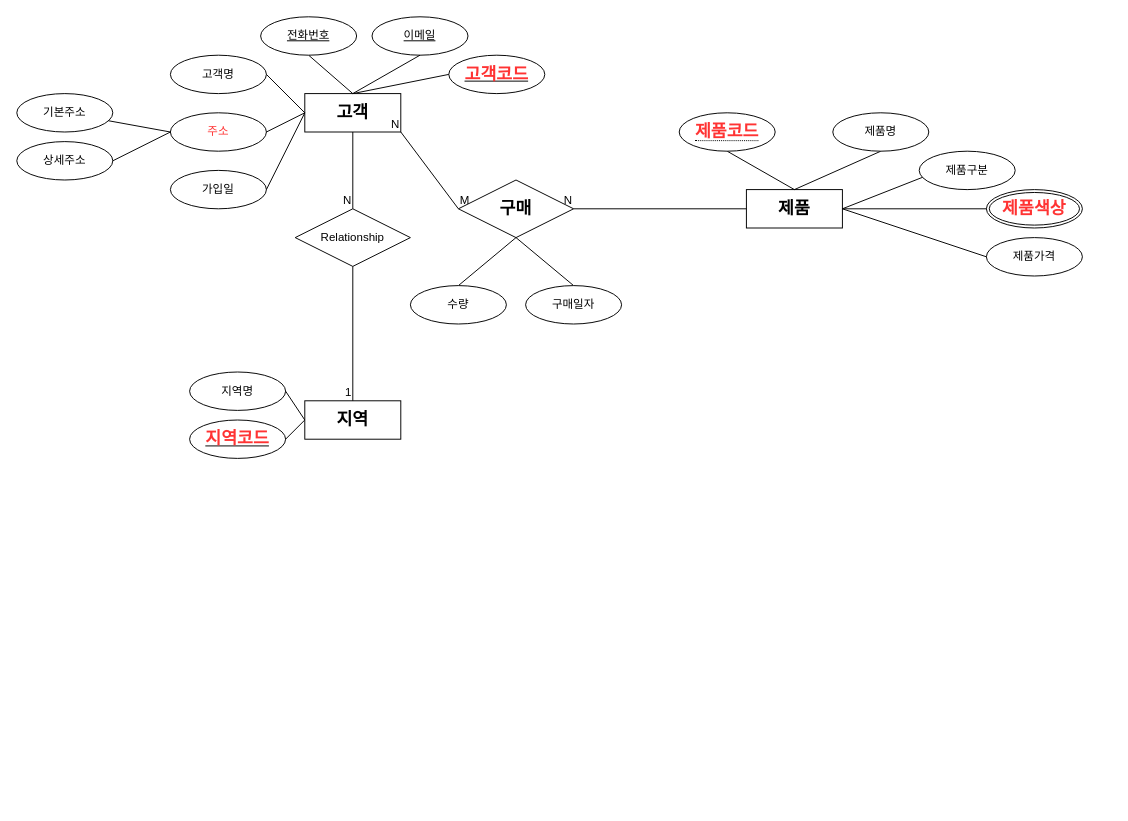
The draw.io diagram 제목 없는 다이어그램.drawio in eric5621/jubilant-couscous, before the edit. Source tidied: cells renumbered, new cells numbered last; positions are measured from the earlier drawing's top-left corner, leaving out a move shared by most shapes. Both pictures are drawn from the tidied source at 96%, with x=0, y=0 at pixel (16, 16).
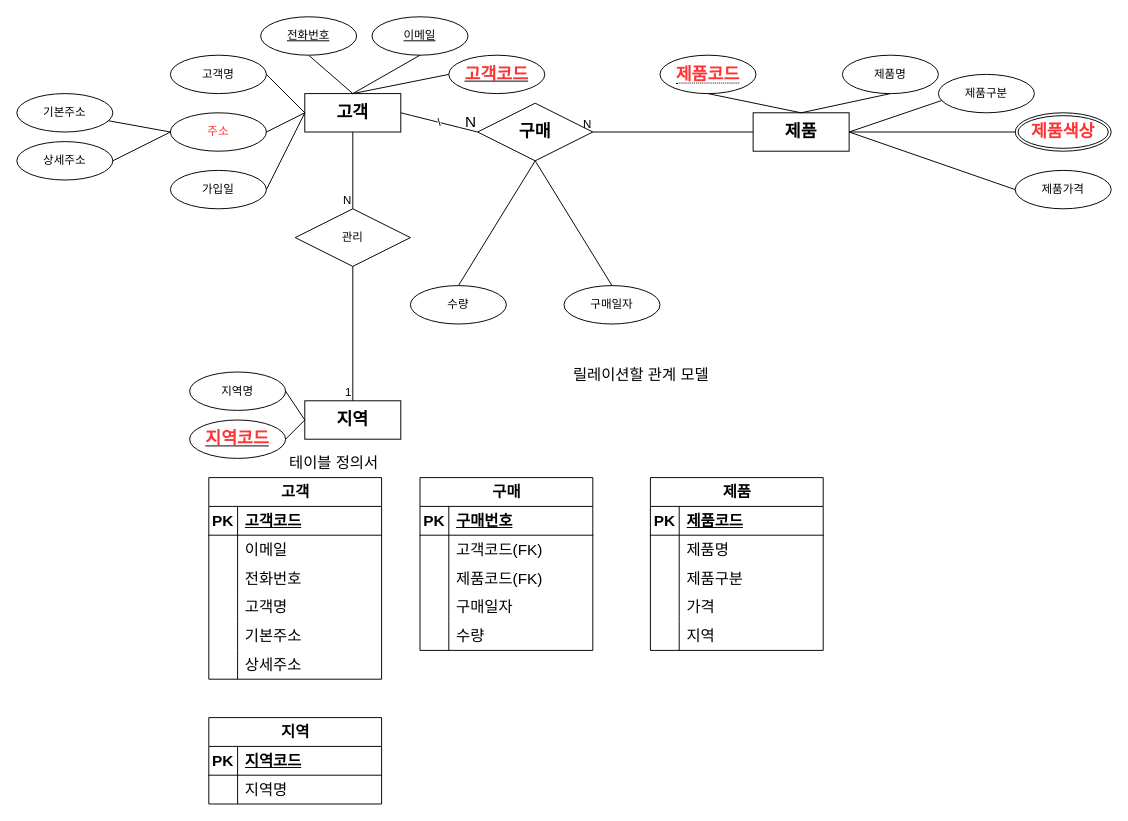
The same page after the edit.

Commit message:
제목 없는 다이어그램.drawio 업데이트

Unchanged cells that the change refers to:
```xml
<mxCell id="2" value="&lt;font style=&quot;font-size: 18px;&quot;&gt;&lt;b&gt;고객&lt;/b&gt;&lt;/font&gt;" style="whiteSpace=wrap;html=1;align=center;" parent="1" vertex="1">
  <mxGeometry x="300" y="80" width="100" height="40" as="geometry" />
</mxCell>
```

What changed in the source:
```diff
@@
     <mxCell id="22" value="&lt;font style=&quot;font-size: 18px;&quot;&gt;&lt;b&gt;제품&lt;/b&gt;&lt;/font&gt;" style="whiteSpace=wrap;html=1;align=center;" parent="1" vertex="1">
-      <mxGeometry x="760" y="180" width="100" height="40" as="geometry" />
+      <mxGeometry x="767" y="100" width="100" height="40" as="geometry" />
     </mxCell>
@@
     <mxCell id="25" value="제품명" style="ellipse;whiteSpace=wrap;html=1;align=center;" parent="1" vertex="1">
-      <mxGeometry x="850" y="100" width="100" height="40" as="geometry" />
+      <mxGeometry x="860" y="40" width="100" height="40" as="geometry" />
     </mxCell>
@@
     <mxCell id="27" value="제품구분" style="ellipse;whiteSpace=wrap;html=1;align=center;" parent="1" vertex="1">
-      <mxGeometry x="940" y="140" width="100" height="40" as="geometry" />
+      <mxGeometry x="960" y="60" width="100" height="40" as="geometry" />
     </mxCell>
     <mxCell id="28" value="&lt;font color=&quot;#ff3333&quot; style=&quot;font-size: 18px;&quot;&gt;&lt;b&gt;제품색상&lt;/b&gt;&lt;/font&gt;" style="ellipse;shape=doubleEllipse;margin=3;whiteSpace=wrap;html=1;align=center;" parent="1" vertex="1">
-      <mxGeometry x="1010" y="180" width="100" height="40" as="geometry" />
+      <mxGeometry x="1040" y="100" width="100" height="40" as="geometry" />
     </mxCell>
@@
     <mxCell id="31" value="제품가격" style="ellipse;whiteSpace=wrap;html=1;align=center;" parent="1" vertex="1">
-      <mxGeometry x="1010" y="230" width="100" height="40" as="geometry" />
+      <mxGeometry x="1040" y="160" width="100" height="40" as="geometry" />
     </mxCell>
@@
-    <mxCell id="36" value="Relationship" style="shape=rhombus;perimeter=rhombusPerimeter;whiteSpace=wrap;html=1;align=center;" parent="1" vertex="1">
+    <mxCell id="36" value="관리" style="shape=rhombus;perimeter=rhombusPerimeter;whiteSpace=wrap;html=1;align=center;" parent="1" vertex="1">
       <mxGeometry x="290" y="200" width="120" height="60" as="geometry" />
     </mxCell>
@@
     <mxCell id="39" value="&lt;font style=&quot;font-size: 18px;&quot;&gt;&lt;b&gt;구매&lt;/b&gt;&lt;/font&gt;" style="shape=rhombus;perimeter=rhombusPerimeter;whiteSpace=wrap;html=1;align=center;" parent="1" vertex="1">
-      <mxGeometry x="460" y="170" width="120" height="60" as="geometry" />
+      <mxGeometry x="480" y="90" width="120" height="60" as="geometry" />
     </mxCell>
-    <mxCell id="40" style="endArrow=none;html=1;rounded=0;entryX=1;entryY=1;entryDx=0;entryDy=0;exitX=0;exitY=0.5;exitDx=0;exitDy=0;" parent="1" edge="1" source="39" target="2">
-      <mxGeometry relative="1" as="geometry" />
-    </mxCell>
-    <mxCell id="41" value="M" style="html=1;whiteSpace=wrap;align=left;verticalAlign=bottom;" parent="40" vertex="1">
-      <mxGeometry x="-1" relative="1" as="geometry" />
-    </mxCell>
-    <mxCell id="42" value="N" style="html=1;whiteSpace=wrap;align=right;verticalAlign=bottom;" parent="40" vertex="1">
-      <mxGeometry x="1" relative="1" as="geometry" />
-    </mxCell>
@@
-    <mxCell id="45" style="endArrow=none;html=1;rounded=0;" parent="1" edge="1">
-      <mxGeometry relative="1" as="geometry">
-        <mxPoint x="520" y="230" as="sourcePoint" />
-        <mxPoint x="580" y="280" as="targetPoint" />
-      </mxGeometry>
+    <mxCell id="45" style="endArrow=none;html=1;rounded=0;exitX=0.5;exitY=1;exitDx=0;exitDy=0;entryX=0.5;entryY=0;entryDx=0;entryDy=0;" parent="1" edge="1" source="39" target="46">
+      <mxGeometry relative="1" as="geometry" />
     </mxCell>
     <mxCell id="46" value="구매일자" style="ellipse;whiteSpace=wrap;html=1;align=center;" parent="1" vertex="1">
-      <mxGeometry x="530" y="280" width="100" height="40" as="geometry" />
+      <mxGeometry x="570" y="280" width="100" height="40" as="geometry" />
     </mxCell>
@@
     <mxCell id="49" value="&lt;span style=&quot;border-bottom: 1px dotted&quot;&gt;&lt;font color=&quot;#ff3333&quot; style=&quot;font-size: 18px;&quot;&gt;&lt;b&gt;제품코드&lt;/b&gt;&lt;/font&gt;&lt;/span&gt;" style="ellipse;whiteSpace=wrap;html=1;align=center;" parent="1" vertex="1">
-      <mxGeometry x="690" y="100" width="100" height="40" as="geometry" />
+      <mxGeometry x="670" y="40" width="100" height="40" as="geometry" />
     </mxCell>
+    <mxCell id="50" value="고객" style="shape=table;startSize=30;childLayout=tableLayout;rowLines=0;fontStyle=1;align=center;html=1;fontSize=16;" parent="1" vertex="1">
+      <mxGeometry x="200" y="480" width="180" height="210" as="geometry" />
+    </mxCell>
+    <mxCell id="51" style="shape=tableRow;horizontal=0;startSize=0;swimlaneHead=0;swimlaneBody=0;fillColor=none;top=0;left=0;right=0;bottom=1;fontSize=16;" parent="50" vertex="1">
+      <mxGeometry y="30" width="180" height="30" as="geometry" />
+    </mxCell>
+    <mxCell id="52" value="PK" style="shape=partialRectangle;fillColor=none;top=0;left=0;bottom=0;right=0;fontStyle=1;overflow=hidden;whiteSpace=wrap;html=1;fontSize=16;" parent="51" vertex="1">
+      <mxGeometry width="30" height="30" as="geometry" />
+    </mxCell>
+    <mxCell id="53" value="고객코드" style="shape=partialRectangle;fillColor=none;top=0;left=0;bottom=0;right=0;align=left;spacingLeft=6;fontStyle=5;overflow=hidden;whiteSpace=wrap;html=1;fontSize=16;" parent="51" vertex="1">
+      <mxGeometry x="30" width="150" height="30" as="geometry" />
+    </mxCell>
+    <mxCell id="54" style="shape=tableRow;horizontal=0;startSize=0;swimlaneHead=0;swimlaneBody=0;fillColor=none;top=0;left=0;right=0;bottom=0;fontSize=16;" parent="50" vertex="1">
+      <mxGeometry y="60" width="180" height="30" as="geometry" />
+    </mxCell>
+    <mxCell id="55" style="shape=partialRectangle;fillColor=none;top=0;left=0;bottom=0;right=0;overflow=hidden;whiteSpace=wrap;html=1;fontSize=16;" parent="54" vertex="1">
+      <mxGeometry width="30" height="30" as="geometry" />
+    </mxCell>
+    <mxCell id="56" value="이메일" style="shape=partialRectangle;fillColor=none;top=0;left=0;bottom=0;right=0;align=left;spacingLeft=6;overflow=hidden;whiteSpace=wrap;html=1;fontSize=16;" parent="54" vertex="1">
+      <mxGeometry x="30" width="150" height="30" as="geometry" />
+    </mxCell>
+    <mxCell id="57" style="shape=tableRow;horizontal=0;startSize=0;swimlaneHead=0;swimlaneBody=0;fillColor=none;top=0;left=0;right=0;bottom=0;fontSize=16;" parent="50" vertex="1">
+      <mxGeometry y="90" width="180" height="30" as="geometry" />
+    </mxCell>
+    <mxCell id="58" style="shape=partialRectangle;fillColor=none;top=0;left=0;bottom=0;right=0;overflow=hidden;whiteSpace=wrap;html=1;fontSize=16;" parent="57" vertex="1">
+      <mxGeometry width="30" height="30" as="geometry" />
+    </mxCell>
+    <mxCell id="59" value="전화번호" style="shape=partialRectangle;fillColor=none;top=0;left=0;bottom=0;right=0;align=left;spacingLeft=6;overflow=hidden;whiteSpace=wrap;html=1;fontSize=16;" parent="57" vertex="1">
+      <mxGeometry x="30" width="150" height="30" as="geometry" />
+    </mxCell>
+    <mxCell id="60" style="shape=tableRow;horizontal=0;startSize=0;swimlaneHead=0;swimlaneBody=0;fillColor=none;top=0;left=0;right=0;bottom=0;fontSize=16;" parent="50" vertex="1">
+      <mxGeometry y="120" width="180" height="30" as="geometry" />
+    </mxCell>
+    <mxCell id="61" style="shape=partialRectangle;fillColor=none;top=0;left=0;bottom=0;right=0;overflow=hidden;whiteSpace=wrap;html=1;fontSize=16;" parent="60" vertex="1">
+      <mxGeometry width="30" height="30" as="geometry" />
+    </mxCell>
+    <mxCell id="62" value="고객명" style="shape=partialRectangle;fillColor=none;top=0;left=0;bottom=0;right=0;align=left;spacingLeft=6;overflow=hidden;whiteSpace=wrap;html=1;fontSize=16;" parent="60" vertex="1">
+      <mxGeometry x="30" width="150" height="30" as="geometry" />
+    </mxCell>
+    <mxCell id="63" style="shape=tableRow;horizontal=0;startSize=0;swimlaneHead=0;swimlaneBody=0;fillColor=none;top=0;left=0;right=0;bottom=0;fontSize=16;" parent="50" vertex="1">
+      <mxGeometry y="150" width="180" height="30" as="geometry" />
+    </mxCell>
+    <mxCell id="64" style="shape=partialRectangle;fillColor=none;top=0;left=0;bottom=0;right=0;overflow=hidden;whiteSpace=wrap;html=1;fontSize=16;" parent="63" vertex="1">
+      <mxGeometry width="30" height="30" as="geometry" />
+    </mxCell>
+    <mxCell id="65" value="기본주소" style="shape=partialRectangle;fillColor=none;top=0;left=0;bottom=0;right=0;align=left;spacingLeft=6;overflow=hidden;whiteSpace=wrap;html=1;fontSize=16;" parent="63" vertex="1">
+      <mxGeometry x="30" width="150" height="30" as="geometry" />
+    </mxCell>
+    <mxCell id="66" style="shape=tableRow;horizontal=0;startSize=0;swimlaneHead=0;swimlaneBody=0;fillColor=none;top=0;left=0;right=0;bottom=0;fontSize=16;" parent="50" vertex="1">
+      <mxGeometry y="180" width="180" height="30" as="geometry" />
+    </mxCell>
+    <mxCell id="67" style="shape=partialRectangle;fillColor=none;top=0;left=0;bottom=0;right=0;overflow=hidden;whiteSpace=wrap;html=1;fontSize=16;" parent="66" vertex="1">
+      <mxGeometry width="30" height="30" as="geometry" />
+    </mxCell>
+    <mxCell id="68" value="상세주소" style="shape=partialRectangle;fillColor=none;top=0;left=0;bottom=0;right=0;align=left;spacingLeft=6;overflow=hidden;whiteSpace=wrap;html=1;fontSize=16;" parent="66" vertex="1">
+      <mxGeometry x="30" width="150" height="30" as="geometry" />
+    </mxCell>
+    <mxCell id="69" value="릴레이션할 관계 모델" style="text;html=1;align=center;verticalAlign=middle;strokeColor=none;fillColor=none;fontSize=16;" parent="1" vertex="1">
+      <mxGeometry x="560" y="358" width="180" height="30" as="geometry" />
+    </mxCell>
+    <mxCell id="70" value="테이블 정의서" style="text;html=1;align=center;verticalAlign=middle;strokeColor=none;fillColor=none;fontSize=16;" parent="1" vertex="1">
+      <mxGeometry x="270" y="450" width="120" height="30" as="geometry" />
+    </mxCell>
+    <mxCell id="71" value="제품" style="shape=table;startSize=30;childLayout=tableLayout;rowLines=0;fontStyle=1;align=center;html=1;fontSize=16;" parent="1" vertex="1">
+      <mxGeometry x="660" y="480" width="180" height="180" as="geometry" />
+    </mxCell>
+    <mxCell id="72" style="shape=tableRow;horizontal=0;startSize=0;swimlaneHead=0;swimlaneBody=0;fillColor=none;top=0;left=0;right=0;bottom=1;fontSize=16;" parent="71" vertex="1">
+      <mxGeometry y="30" width="180" height="30" as="geometry" />
+    </mxCell>
+    <mxCell id="73" value="PK" style="shape=partialRectangle;fillColor=none;top=0;left=0;bottom=0;right=0;fontStyle=1;overflow=hidden;whiteSpace=wrap;html=1;fontSize=16;" parent="72" vertex="1">
+      <mxGeometry width="30" height="30" as="geometry" />
+    </mxCell>
+    <mxCell id="74" value="제품코드" style="shape=partialRectangle;fillColor=none;top=0;left=0;bottom=0;right=0;align=left;spacingLeft=6;fontStyle=5;overflow=hidden;whiteSpace=wrap;html=1;fontSize=16;" parent="72" vertex="1">
+      <mxGeometry x="30" width="150" height="30" as="geometry" />
+    </mxCell>
+    <mxCell id="75" style="shape=tableRow;horizontal=0;startSize=0;swimlaneHead=0;swimlaneBody=0;fillColor=none;top=0;left=0;right=0;bottom=0;fontSize=16;" parent="71" vertex="1">
+      <mxGeometry y="60" width="180" height="30" as="geometry" />
+    </mxCell>
+    <mxCell id="76" style="shape=partialRectangle;fillColor=none;top=0;left=0;bottom=0;right=0;overflow=hidden;whiteSpace=wrap;html=1;fontSize=16;" parent="75" vertex="1">
+      <mxGeometry width="30" height="30" as="geometry" />
+    </mxCell>
+    <mxCell id="77" value="제품명" style="shape=partialRectangle;fillColor=none;top=0;left=0;bottom=0;right=0;align=left;spacingLeft=6;overflow=hidden;whiteSpace=wrap;html=1;fontSize=16;" parent="75" vertex="1">
+      <mxGeometry x="30" width="150" height="30" as="geometry" />
+    </mxCell>
+    <mxCell id="78" style="shape=tableRow;horizontal=0;startSize=0;swimlaneHead=0;swimlaneBody=0;fillColor=none;top=0;left=0;right=0;bottom=0;fontSize=16;" parent="71" vertex="1">
+      <mxGeometry y="90" width="180" height="30" as="geometry" />
+    </mxCell>
+    <mxCell id="79" style="shape=partialRectangle;fillColor=none;top=0;left=0;bottom=0;right=0;overflow=hidden;whiteSpace=wrap;html=1;fontSize=16;" parent="78" vertex="1">
+      <mxGeometry width="30" height="30" as="geometry" />
+    </mxCell>
+    <mxCell id="80" value="제품구분" style="shape=partialRectangle;fillColor=none;top=0;left=0;bottom=0;right=0;align=left;spacingLeft=6;overflow=hidden;whiteSpace=wrap;html=1;fontSize=16;" parent="78" vertex="1">
+      <mxGeometry x="30" width="150" height="30" as="geometry" />
+    </mxCell>
+    <mxCell id="81" style="shape=tableRow;horizontal=0;startSize=0;swimlaneHead=0;swimlaneBody=0;fillColor=none;top=0;left=0;right=0;bottom=0;fontSize=16;" parent="71" vertex="1">
+      <mxGeometry y="120" width="180" height="30" as="geometry" />
+    </mxCell>
+    <mxCell id="82" style="shape=partialRectangle;fillColor=none;top=0;left=0;bottom=0;right=0;overflow=hidden;whiteSpace=wrap;html=1;fontSize=16;" parent="81" vertex="1">
+      <mxGeometry width="30" height="30" as="geometry" />
+    </mxCell>
+    <mxCell id="83" value="가격" style="shape=partialRectangle;fillColor=none;top=0;left=0;bottom=0;right=0;align=left;spacingLeft=6;overflow=hidden;whiteSpace=wrap;html=1;fontSize=16;" parent="81" vertex="1">
+      <mxGeometry x="30" width="150" height="30" as="geometry" />
+    </mxCell>
+    <mxCell id="84" style="shape=tableRow;horizontal=0;startSize=0;swimlaneHead=0;swimlaneBody=0;fillColor=none;top=0;left=0;right=0;bottom=0;fontSize=16;" parent="71" vertex="1">
+      <mxGeometry y="150" width="180" height="30" as="geometry" />
+    </mxCell>
+    <mxCell id="85" style="shape=partialRectangle;fillColor=none;top=0;left=0;bottom=0;right=0;overflow=hidden;whiteSpace=wrap;html=1;fontSize=16;" parent="84" vertex="1">
+      <mxGeometry width="30" height="30" as="geometry" />
+    </mxCell>
+    <mxCell id="86" value="지역" style="shape=partialRectangle;fillColor=none;top=0;left=0;bottom=0;right=0;align=left;spacingLeft=6;overflow=hidden;whiteSpace=wrap;html=1;fontSize=16;" parent="84" vertex="1">
+      <mxGeometry x="30" width="150" height="30" as="geometry" />
+    </mxCell>
+    <mxCell id="87" value="지역" style="shape=table;startSize=30;childLayout=tableLayout;rowLines=0;fontStyle=1;align=center;html=1;fontSize=16;" parent="1" vertex="1">
+      <mxGeometry x="200" y="730" width="180" height="90" as="geometry" />
+    </mxCell>
+    <mxCell id="88" style="shape=tableRow;horizontal=0;startSize=0;swimlaneHead=0;swimlaneBody=0;fillColor=none;top=0;left=0;right=0;bottom=1;fontSize=16;" parent="87" vertex="1">
+      <mxGeometry y="30" width="180" height="30" as="geometry" />
+    </mxCell>
+    <mxCell id="89" value="PK" style="shape=partialRectangle;fillColor=none;top=0;left=0;bottom=0;right=0;fontStyle=1;overflow=hidden;whiteSpace=wrap;html=1;fontSize=16;" parent="88" vertex="1">
+      <mxGeometry width="30" height="30" as="geometry" />
+    </mxCell>
+    <mxCell id="90" value="지역코드" style="shape=partialRectangle;fillColor=none;top=0;left=0;bottom=0;right=0;align=left;spacingLeft=6;fontStyle=5;overflow=hidden;whiteSpace=wrap;html=1;fontSize=16;" parent="88" vertex="1">
+      <mxGeometry x="30" width="150" height="30" as="geometry" />
+    </mxCell>
+    <mxCell id="91" style="shape=tableRow;horizontal=0;startSize=0;swimlaneHead=0;swimlaneBody=0;fillColor=none;top=0;left=0;right=0;bottom=0;fontSize=16;" parent="87" vertex="1">
+      <mxGeometry y="60" width="180" height="30" as="geometry" />
+    </mxCell>
+    <mxCell id="92" style="shape=partialRectangle;fillColor=none;top=0;left=0;bottom=0;right=0;overflow=hidden;whiteSpace=wrap;html=1;fontSize=16;" parent="91" vertex="1">
+      <mxGeometry width="30" height="30" as="geometry" />
+    </mxCell>
+    <mxCell id="93" value="지역명" style="shape=partialRectangle;fillColor=none;top=0;left=0;bottom=0;right=0;align=left;spacingLeft=6;overflow=hidden;whiteSpace=wrap;html=1;fontSize=16;" parent="91" vertex="1">
+      <mxGeometry x="30" width="150" height="30" as="geometry" />
+    </mxCell>
+    <mxCell id="94" value="구매" style="shape=table;startSize=30;childLayout=tableLayout;rowLines=0;fontStyle=1;align=center;html=1;fontSize=16;" parent="1" vertex="1">
+      <mxGeometry x="420" y="480" width="180" height="180" as="geometry" />
+    </mxCell>
+    <mxCell id="95" style="shape=tableRow;horizontal=0;startSize=0;swimlaneHead=0;swimlaneBody=0;fillColor=none;top=0;left=0;right=0;bottom=1;fontSize=16;" parent="94" vertex="1">
+      <mxGeometry y="30" width="180" height="30" as="geometry" />
+    </mxCell>
+    <mxCell id="96" value="PK" style="shape=partialRectangle;fillColor=none;top=0;left=0;bottom=0;right=0;fontStyle=1;overflow=hidden;whiteSpace=wrap;html=1;fontSize=16;" parent="95" vertex="1">
+      <mxGeometry width="30" height="30" as="geometry" />
+    </mxCell>
+    <mxCell id="97" value="구매번호" style="shape=partialRectangle;fillColor=none;top=0;left=0;bottom=0;right=0;align=left;spacingLeft=6;fontStyle=5;overflow=hidden;whiteSpace=wrap;html=1;fontSize=16;" parent="95" vertex="1">
+      <mxGeometry x="30" width="150" height="30" as="geometry" />
+    </mxCell>
+    <mxCell id="98" style="shape=tableRow;horizontal=0;startSize=0;swimlaneHead=0;swimlaneBody=0;fillColor=none;top=0;left=0;right=0;bottom=0;fontSize=16;" parent="94" vertex="1">
+      <mxGeometry y="60" width="180" height="30" as="geometry" />
+    </mxCell>
+    <mxCell id="99" style="shape=partialRectangle;fillColor=none;top=0;left=0;bottom=0;right=0;overflow=hidden;whiteSpace=wrap;html=1;fontSize=16;" parent="98" vertex="1">
+      <mxGeometry width="30" height="30" as="geometry" />
+    </mxCell>
+    <mxCell id="100" value="고객코드(FK)" style="shape=partialRectangle;fillColor=none;top=0;left=0;bottom=0;right=0;align=left;spacingLeft=6;overflow=hidden;whiteSpace=wrap;html=1;fontSize=16;" parent="98" vertex="1">
+      <mxGeometry x="30" width="150" height="30" as="geometry" />
+    </mxCell>
+    <mxCell id="101" style="shape=tableRow;horizontal=0;startSize=0;swimlaneHead=0;swimlaneBody=0;fillColor=none;top=0;left=0;right=0;bottom=0;fontSize=16;" parent="94" vertex="1">
+      <mxGeometry y="90" width="180" height="30" as="geometry" />
+    </mxCell>
+    <mxCell id="102" style="shape=partialRectangle;fillColor=none;top=0;left=0;bottom=0;right=0;overflow=hidden;whiteSpace=wrap;html=1;fontSize=16;" parent="101" vertex="1">
+      <mxGeometry width="30" height="30" as="geometry" />
+    </mxCell>
+    <mxCell id="103" value="제품코드(FK)" style="shape=partialRectangle;fillColor=none;top=0;left=0;bottom=0;right=0;align=left;spacingLeft=6;overflow=hidden;whiteSpace=wrap;html=1;fontSize=16;" parent="101" vertex="1">
+      <mxGeometry x="30" width="150" height="30" as="geometry" />
+    </mxCell>
+    <mxCell id="104" style="shape=tableRow;horizontal=0;startSize=0;swimlaneHead=0;swimlaneBody=0;fillColor=none;top=0;left=0;right=0;bottom=0;fontSize=16;" parent="94" vertex="1">
+      <mxGeometry y="120" width="180" height="30" as="geometry" />
+    </mxCell>
+    <mxCell id="105" style="shape=partialRectangle;fillColor=none;top=0;left=0;bottom=0;right=0;overflow=hidden;whiteSpace=wrap;html=1;fontSize=16;" parent="104" vertex="1">
+      <mxGeometry width="30" height="30" as="geometry" />
+    </mxCell>
+    <mxCell id="106" value="구매일자" style="shape=partialRectangle;fillColor=none;top=0;left=0;bottom=0;right=0;align=left;spacingLeft=6;overflow=hidden;whiteSpace=wrap;html=1;fontSize=16;" parent="104" vertex="1">
+      <mxGeometry x="30" width="150" height="30" as="geometry" />
+    </mxCell>
+    <mxCell id="107" style="shape=tableRow;horizontal=0;startSize=0;swimlaneHead=0;swimlaneBody=0;fillColor=none;top=0;left=0;right=0;bottom=0;fontSize=16;" parent="94" vertex="1">
+      <mxGeometry y="150" width="180" height="30" as="geometry" />
+    </mxCell>
+    <mxCell id="108" style="shape=partialRectangle;fillColor=none;top=0;left=0;bottom=0;right=0;overflow=hidden;whiteSpace=wrap;html=1;fontSize=16;" parent="107" vertex="1">
+      <mxGeometry width="30" height="30" as="geometry" />
+    </mxCell>
+    <mxCell id="109" value="수량" style="shape=partialRectangle;fillColor=none;top=0;left=0;bottom=0;right=0;align=left;spacingLeft=6;overflow=hidden;whiteSpace=wrap;html=1;fontSize=16;" parent="107" vertex="1">
+      <mxGeometry x="30" width="150" height="30" as="geometry" />
+    </mxCell>
+    <mxCell id="110" value="\" style="endArrow=none;html=1;rounded=0;fontSize=12;startSize=8;endSize=8;curved=1;exitX=1;exitY=0.5;exitDx=0;exitDy=0;entryX=0;entryY=0.5;entryDx=0;entryDy=0;" parent="1" edge="1" source="2" target="39">
+      <mxGeometry relative="1" as="geometry" />
+    </mxCell>
+    <mxCell id="42" value="N" style="html=1;whiteSpace=wrap;align=right;verticalAlign=bottom;fontSize=16;" parent="110" vertex="1">
+      <mxGeometry x="1" relative="1" as="geometry" />
+    </mxCell>
```
